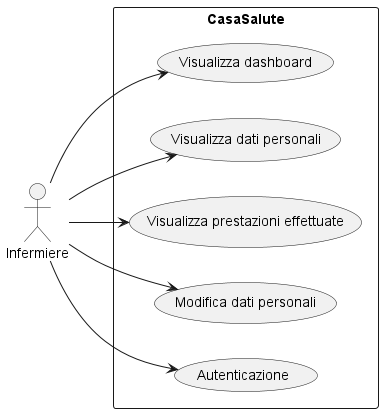
Above: Latex/diagrammi_uml/use_case_infermiere.png in Taniyakaur/KMBhealthcenter (PlantUML), before the change.
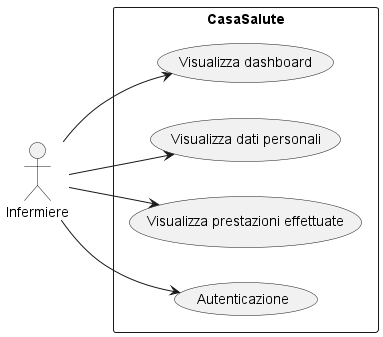
Later version of the same file.

Change to the diagram source:
```diff
@@ -7,8 +7,6 @@
    usecase "Visualizza dashboard" as UC_ViewDashboard
    usecase "Visualizza dati personali" as UC_ViewPersonalData
    usecase "Visualizza prestazioni effettuate" as UC_ViewPerformedServices
-
-   usecase "Modifica dati personali" as UC_EditPersonalData
    usecase "Autenticazione" as UC_Authentication
 }
 
@@ -16,5 +14,4 @@
 Nurse --> UC_ViewDashboard
 Nurse --> UC_ViewPersonalData
 Nurse --> UC_ViewPerformedServices
-Nurse --> UC_EditPersonalData
 @enduml
```
